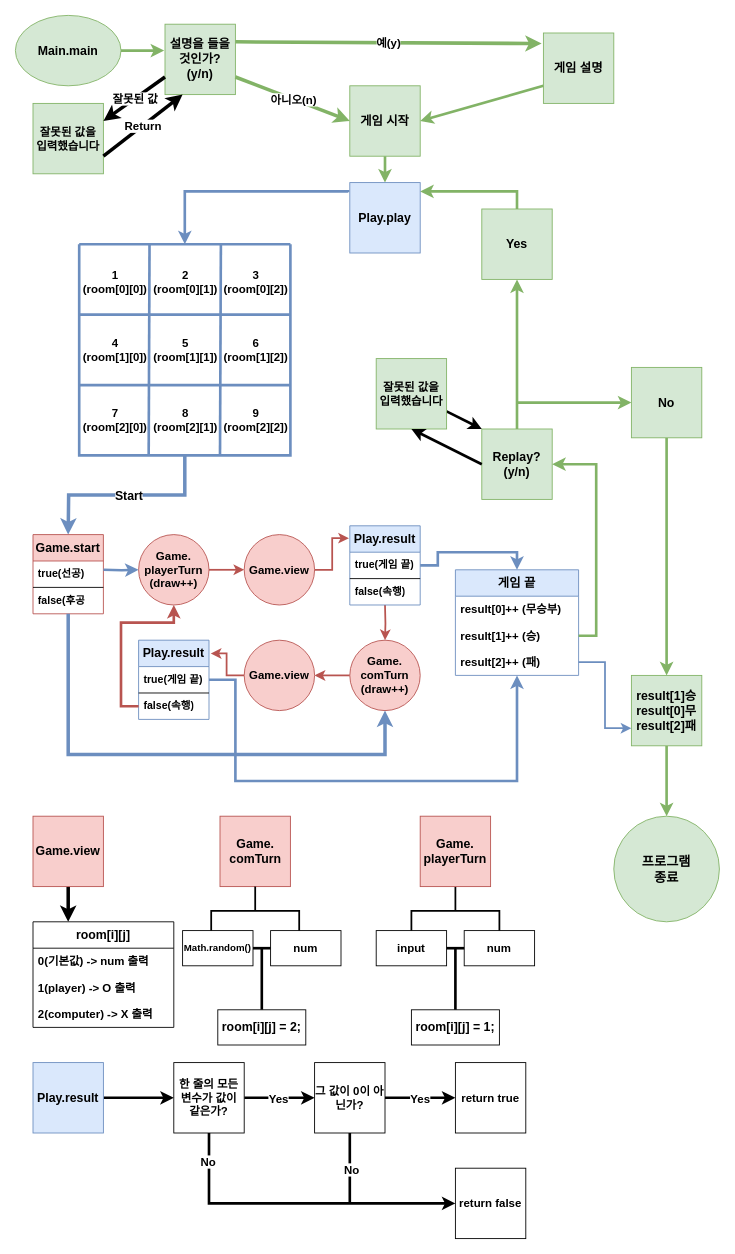
The draw.io diagram JAVA_Work/Intellij/Myproject/제목 없는 다이어그램.drawio in suidori/GreenCom, before the edit. Source tidied: cells renumbered, new cells numbered last; positions are measured from the earlier drawing's top-left corner, leaving out a move shared by most shapes. Both pictures are drawn from the tidied source at 88%, with x=0, y=0 at pixel (15, 15).
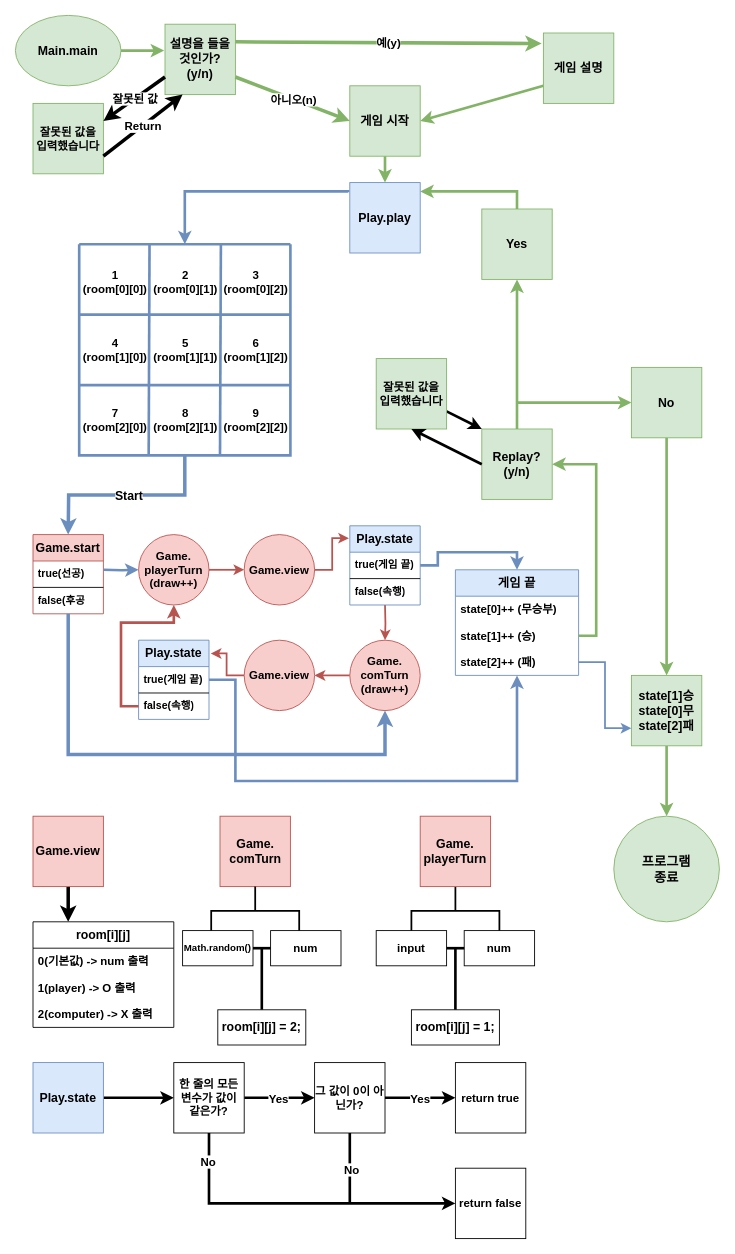
After the change.

The change refers to these unchanged cells:
```xml
<mxCell id="64" value="게임 끝" style="swimlane;fontStyle=1;horizontal=1;startSize=30;whiteSpace=wrap;html=1;fontSize=14;fillColor=#dae8fc;strokeColor=#6c8ebf;" parent="1" vertex="1">
  <mxGeometry x="500" y="630" width="140" height="120" as="geometry" />
</mxCell>
```

The edit, as a diff of the source:
```diff
@@
-    <mxCell id="56" value="Play.result" style="swimlane;fontStyle=1;horizontal=1;startSize=30;whiteSpace=wrap;html=1;fontSize=14;fillColor=#dae8fc;strokeColor=#6c8ebf;" parent="1" vertex="1">
+    <mxCell id="56" value="Play.state" style="swimlane;fontStyle=1;horizontal=1;startSize=30;whiteSpace=wrap;html=1;fontSize=14;fillColor=#dae8fc;strokeColor=#6c8ebf;" parent="1" vertex="1">
       <mxGeometry x="380" y="580" width="80" height="90" as="geometry" />
     </mxCell>
@@
-    <mxCell id="60" value="Play.result" style="swimlane;fontStyle=1;horizontal=1;startSize=30;whiteSpace=wrap;html=1;fontSize=14;fillColor=#dae8fc;strokeColor=#6c8ebf;" parent="1" vertex="1">
+    <mxCell id="60" value="Play.state" style="swimlane;fontStyle=1;horizontal=1;startSize=30;whiteSpace=wrap;html=1;fontSize=14;fillColor=#dae8fc;strokeColor=#6c8ebf;" parent="1" vertex="1">
       <mxGeometry x="140" y="710" width="80" height="90" as="geometry" />
     </mxCell>
@@
-    <mxCell id="65" value="result[0]++ (무승부)" style="text;strokeColor=none;fillColor=none;align=left;verticalAlign=middle;spacingLeft=4;spacingRight=4;overflow=hidden;whiteSpace=wrap;html=1;fontStyle=1;fontSize=13;" parent="64" vertex="1">
+    <mxCell id="65" value="state[0]++ (무승부)" style="text;strokeColor=none;fillColor=none;align=left;verticalAlign=middle;spacingLeft=4;spacingRight=4;overflow=hidden;whiteSpace=wrap;html=1;fontStyle=1;fontSize=13;" parent="64" vertex="1">
       <mxGeometry y="30" width="140" height="30" as="geometry" />
     </mxCell>
-    <mxCell id="66" value="result[1]++ (승)" style="text;strokeColor=none;fillColor=none;align=left;verticalAlign=middle;spacingLeft=4;spacingRight=4;overflow=hidden;points=[[0,0.5],[1,0.5]];portConstraint=eastwest;whiteSpace=wrap;html=1;fontStyle=1;fontSize=13;" parent="64" vertex="1">
+    <mxCell id="66" value="state[1]++ (승)" style="text;strokeColor=none;fillColor=none;align=left;verticalAlign=middle;spacingLeft=4;spacingRight=4;overflow=hidden;points=[[0,0.5],[1,0.5]];portConstraint=eastwest;whiteSpace=wrap;html=1;fontStyle=1;fontSize=13;" parent="64" vertex="1">
       <mxGeometry y="60" width="140" height="30" as="geometry" />
     </mxCell>
-    <mxCell id="67" value="result[2]++ (패)" style="text;strokeColor=none;fillColor=none;align=left;verticalAlign=middle;spacingLeft=4;spacingRight=4;overflow=hidden;points=[[0,0.5],[1,0.5]];portConstraint=eastwest;whiteSpace=wrap;html=1;fontStyle=1;fontSize=13;" parent="64" vertex="1">
+    <mxCell id="67" value="state[2]++ (패)" style="text;strokeColor=none;fillColor=none;align=left;verticalAlign=middle;spacingLeft=4;spacingRight=4;overflow=hidden;points=[[0,0.5],[1,0.5]];portConstraint=eastwest;whiteSpace=wrap;html=1;fontStyle=1;fontSize=13;" parent="64" vertex="1">
       <mxGeometry y="90" width="140" height="30" as="geometry" />
     </mxCell>
@@
-    <mxCell id="92" value="&lt;span style=&quot;font-size: 14px;&quot;&gt;&lt;b&gt;result[1]승&lt;/b&gt;&lt;/span&gt;&lt;div&gt;&lt;b style=&quot;font-size: 14px;&quot;&gt;result[0]무&lt;/b&gt;&lt;span style=&quot;font-size: 14px;&quot;&gt;&lt;b&gt;&lt;br&gt;&lt;/b&gt;&lt;/span&gt;&lt;div&gt;&lt;span style=&quot;font-size: 14px;&quot;&gt;&lt;b&gt;result[2]패&lt;/b&gt;&lt;/span&gt;&lt;/div&gt;&lt;/div&gt;" style="whiteSpace=wrap;html=1;fillColor=#d5e8d4;strokeColor=#82b366;" parent="1" vertex="1">
+    <mxCell id="92" value="&lt;span style=&quot;font-size: 14px;&quot;&gt;&lt;b&gt;state[1]승&lt;/b&gt;&lt;/span&gt;&lt;div&gt;&lt;b style=&quot;font-size: 14px;&quot;&gt;state[0]무&lt;/b&gt;&lt;span style=&quot;font-size: 14px;&quot;&gt;&lt;b&gt;&lt;br&gt;&lt;/b&gt;&lt;/span&gt;&lt;div&gt;&lt;span style=&quot;font-size: 14px;&quot;&gt;&lt;b&gt;state[2]패&lt;/b&gt;&lt;/span&gt;&lt;/div&gt;&lt;/div&gt;" style="whiteSpace=wrap;html=1;fillColor=#d5e8d4;strokeColor=#82b366;" parent="1" vertex="1">
       <mxGeometry x="700" y="750" width="80" height="80" as="geometry" />
     </mxCell>
@@
-    <mxCell id="97" value="Play.result" style="whiteSpace=wrap;html=1;fontStyle=1;fontSize=14;fillColor=#dae8fc;strokeColor=#6c8ebf;" parent="1" vertex="1">
+    <mxCell id="97" value="Play.state" style="whiteSpace=wrap;html=1;fontStyle=1;fontSize=14;fillColor=#dae8fc;strokeColor=#6c8ebf;" parent="1" vertex="1">
       <mxGeometry x="20" y="1190" width="80" height="80" as="geometry" />
     </mxCell>
```
